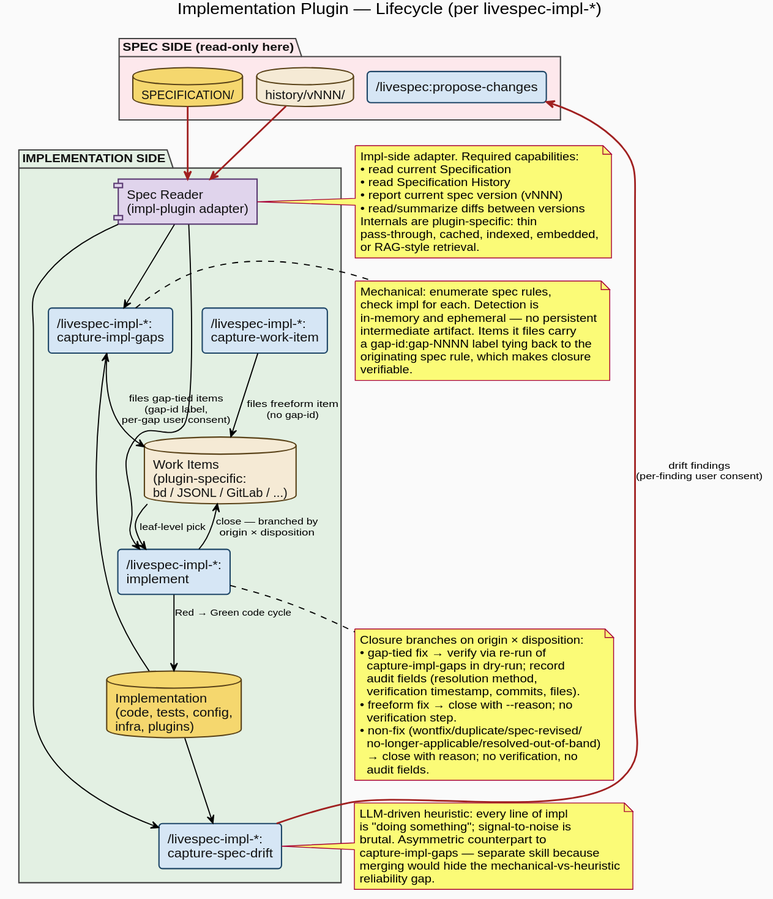
Earlier version of the PlantUML export research/workflow-processes/diagrams/implementation-lifecycle.svg (thewoolleyman/livespec).
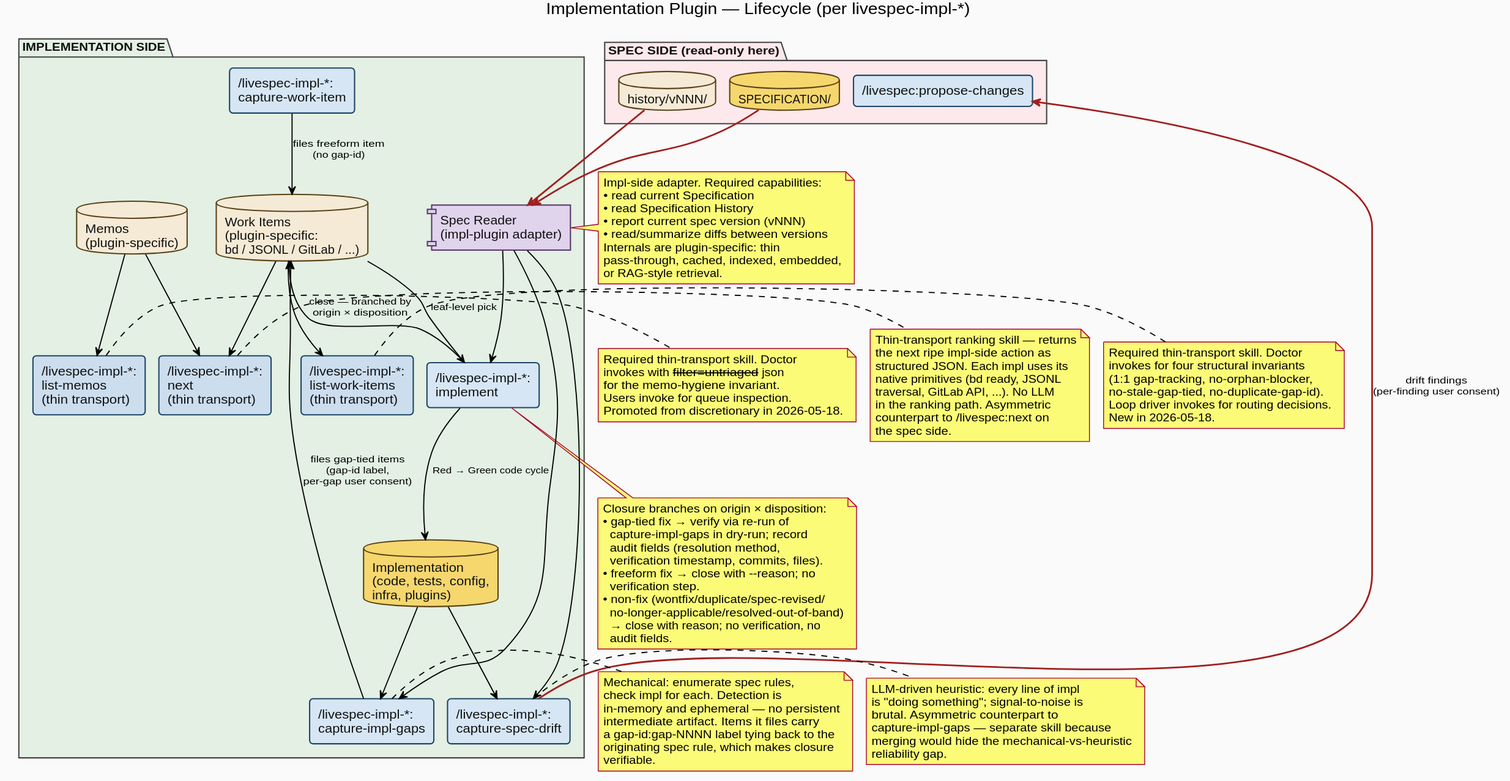
After the change.

The edit, as a diff of the source:
```diff
@@ -46,11 +46,15 @@
   rectangle "/livespec-impl-*:\ncapture-spec-drift" as CaptureSpecDrift
   rectangle "/livespec-impl-*:\ncapture-work-item" as CaptureWorkItem
   rectangle "/livespec-impl-*:\nimplement" as Implement
+  rectangle "/livespec-impl-*:\nlist-memos\n(thin transport)" as ListMemos #ccddee
+  rectangle "/livespec-impl-*:\nlist-work-items\n(thin transport)" as ListWorkItems #ccddee
+  rectangle "/livespec-impl-*:\nnext\n(thin transport)" as ImplNext #ccddee
 
   component "Spec Reader\n(impl-plugin adapter)" as SpecReader
 
   database "Implementation\n(code, tests, config,\ninfra, plugins)" as Impl #f5d76e
   database "Work Items\n(plugin-specific:\nbd / JSONL / GitLab / ...)" as WorkItems
+  database "Memos\n(plugin-specific)" as Memos
 }
 
 Spec -[#a02020,thickness=2]-> SpecReader
@@ -73,6 +77,17 @@
 Implement --> Impl : Red → Green code cycle
 Implement --> WorkItems : close — branched by\norigin × disposition
 
+Memos --> ListMemos
+WorkItems --> ListWorkItems
+WorkItems --> ImplNext
+Memos --> ImplNext
+
+note right of ImplNext : Thin-transport ranking skill — returns\nthe next ripe impl-side action as\nstructured JSON. Each impl uses its\nnative primitives (bd ready, JSONL\ntraversal, GitLab API, ...). No LLM\nin the ranking path. Asymmetric\ncounterpart to /livespec:next on\nthe spec side.
+
+note right of ListMemos : Required thin-transport skill. Doctor\ninvokes with --filter=untriaged --json\nfor the memo-hygiene invariant.\nUsers invoke for queue inspection.\nPromoted from discretionary in 2026-05-18.
+
+note right of ListWorkItems : Required thin-transport skill. Doctor\ninvokes for four structural invariants\n(1:1 gap-tracking, no-orphan-blocker,\nno-stale-gap-tied, no-duplicate-gap-id).\nLoop driver invokes for routing decisions.\nNew in 2026-05-18.
+
 note right of CaptureImplGaps : Mechanical: enumerate spec rules,\ncheck impl for each. Detection is\nin-memory and ephemeral — no persistent\nintermediate artifact. Items it files carry\na gap-id:gap-NNNN label tying back to the\noriginating spec rule, which makes closure\nverifiable.
 
 note right of CaptureSpecDrift : LLM-driven heuristic: every line of impl\nis "doing something"; signal-to-noise is\nbrutal. Asymmetric counterpart to\ncapture-impl-gaps — separate skill because\nmerging would hide the mechanical-vs-heuristic\nreliability gap.
```
